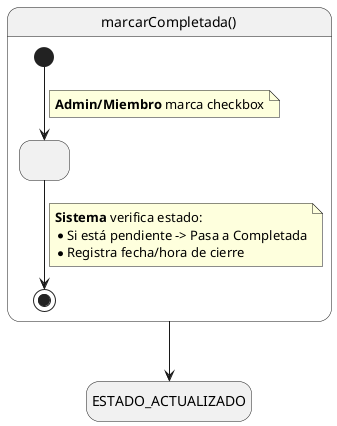
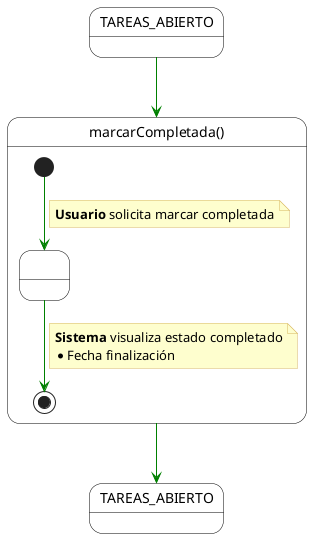
- @startuml MarcarCompletada
- hide empty description
+ @startuml marcarCompletada
+ skinparam state {
+     BackgroundColor White
+     BorderColor Black
+     ArrowColor #008000
+ }
+ skinparam note {
+     BackgroundColor #FEFECE
+     BorderColor #D7B75F
+ }

- state "marcarCompletada()" as MainBlock {
-     [*] --> ValidarEstado
+ state TAREAS_ABIERTO
+ state "TAREAS_ABIERTO" as TAREAS_ABIERTO_FINAL
+ 
+ state "marcarCompletada()" as marcarCompletada {
+     state " " as Inicio <<start>>
+     state " " as Intermedio
+     state " " as Fin <<end>>
+ 
+     Inicio --> Intermedio
    note on link
-         **Admin/Miembro** marca checkbox
+         <b>Usuario</b> solicita marcar completada
    end note

-     state ValidarEstado as " "
-     ValidarEstado --> [*]
+     Intermedio --> Fin
    note on link
-         **Sistema** verifica estado:
-         * Si está pendiente -> Pasa a Completada
-         * Registra fecha/hora de cierre
+         <b>Sistema</b> visualiza estado completado
+         * Fecha finalización
    end note
}

- state ESTADO_ACTUALIZADO
- MainBlock -down-> ESTADO_ACTUALIZADO
+ TAREAS_ABIERTO --> marcarCompletada
+ marcarCompletada --> TAREAS_ABIERTO_FINAL
@enduml